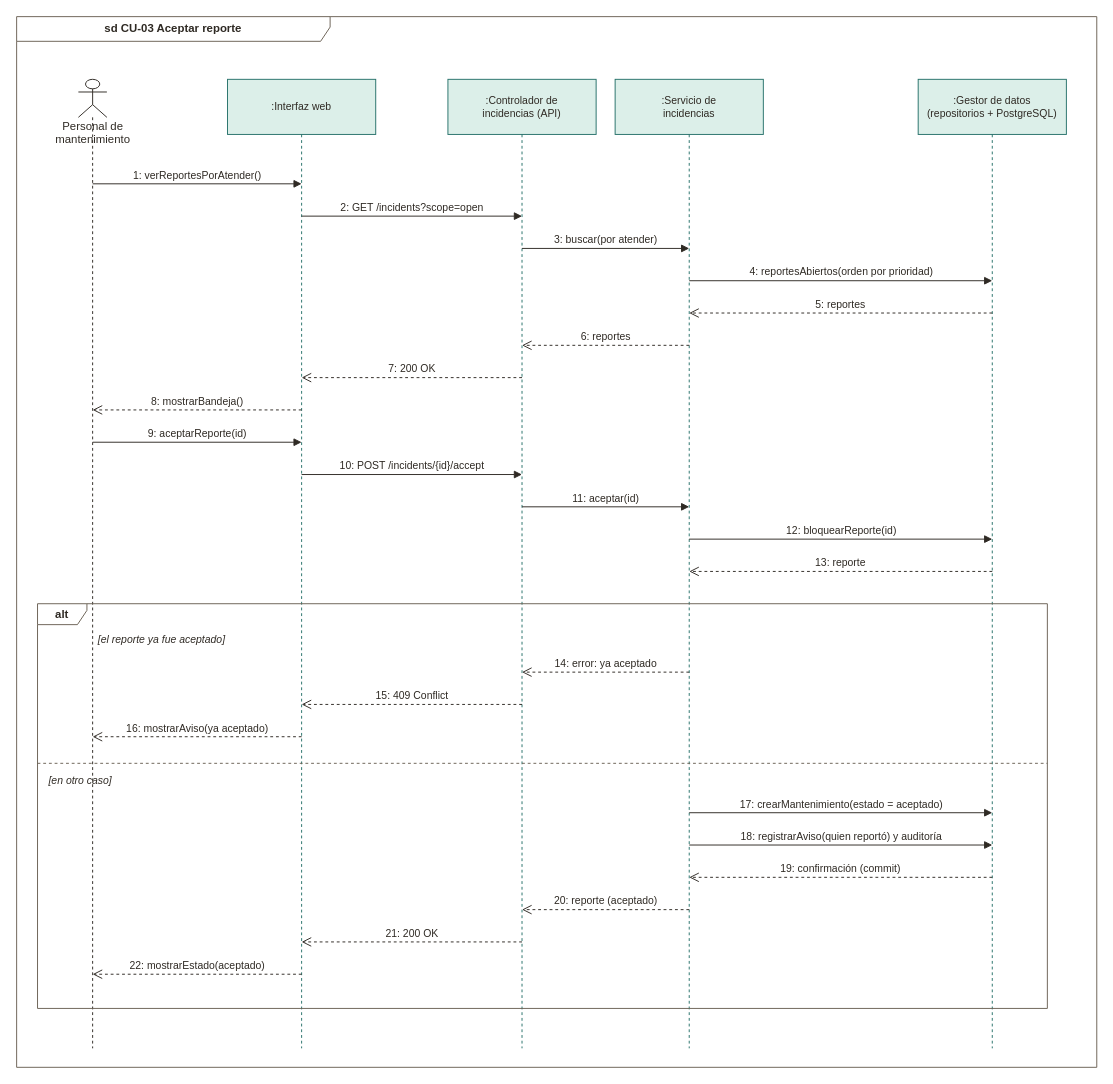
Above: page "CU-03 · Secuencia" (6 of 18) of docs/diagramas/procesos.drawio in ruper932/integrador (draw.io), before the change. Source tidied: cells renumbered, new cells numbered last; positions are measured from the earlier drawing's top-left corner, leaving out a move shared by most shapes. Both pictures are drawn from the tidied source at 95%, with x=0, y=0 at pixel (16, 16).
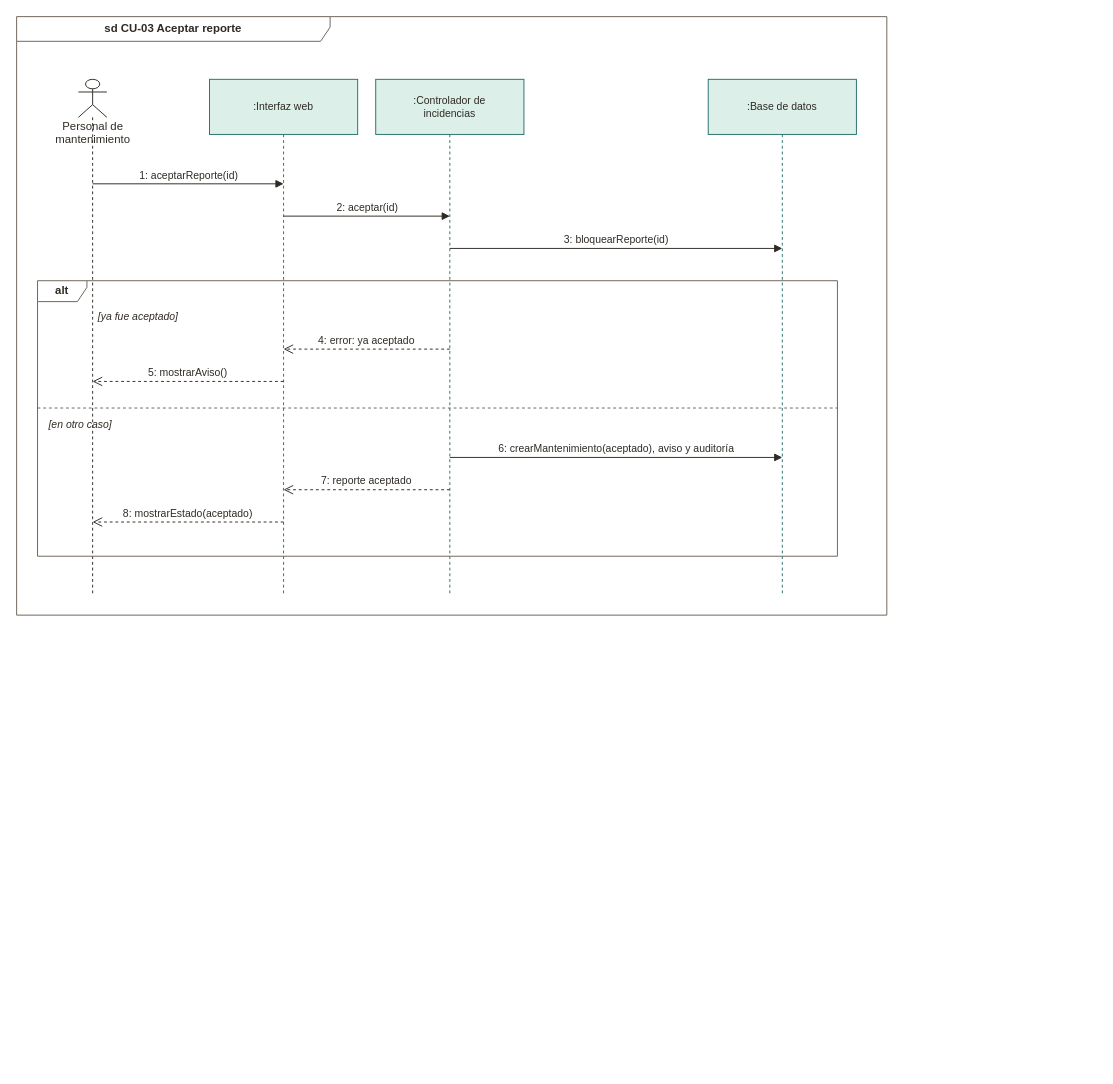
The same diagram, later.

Commit message (it also covers changes not shown here):
Diagramas de secuencia resumidos: interfaz, controlador y base de datos

De 13–48 mensajes a 5–18 por diagrama; solo el error principal en cada uno.

What changed in the source:
```diff
@@
     <mxCell id="2" value="sd CU-03 Aceptar reporte" style="shape=umlFrame;whiteSpace=wrap;html=1;width=330;height=26;strokeColor=#6b6155;fillColor=none;fontFamily=Helvetica;fontSize=12;fontColor=#2f2a24;fontStyle=1;" parent="1" vertex="1">
-      <mxGeometry width="1137" height="1106" as="geometry" />
+      <mxGeometry width="916" height="630" as="geometry" />
     </mxCell>
     <mxCell id="3" value="Personal de&lt;br&gt;mantenimiento" style="shape=umlLifeline;participant=umlActor;perimeter=lifelinePerimeter;html=1;verticalAlign=top;spacingTop=36;size=40;strokeColor=#2f2a24;fillColor=#ffffff;fontFamily=Helvetica;fontSize=12;fontColor=#2f2a24;" parent="1" vertex="1">
-      <mxGeometry x="65" y="66" width="30" height="1020" as="geometry" />
+      <mxGeometry x="65" y="66" width="30" height="544" as="geometry" />
     </mxCell>
     <mxCell id="4" value=":Interfaz web" style="shape=umlLifeline;perimeter=lifelinePerimeter;whiteSpace=wrap;html=1;size=58;fillColor=#dcefe9;strokeColor=#26716a;fontFamily=Helvetica;fontSize=12;fontColor=#2f2a24;fontSize=11;" parent="1" vertex="1">
-      <mxGeometry x="222" y="66" width="156" height="1020" as="geometry" />
+      <mxGeometry x="203" y="66" width="156" height="544" as="geometry" />
     </mxCell>
-    <mxCell id="5" value=":Controlador de&lt;br&gt;incidencias (API)" style="shape=umlLifeline;perimeter=lifelinePerimeter;whiteSpace=wrap;html=1;size=58;fillColor=#dcefe9;strokeColor=#26716a;fontFamily=Helvetica;fontSize=12;fontColor=#2f2a24;fontSize=11;" parent="1" vertex="1">
-      <mxGeometry x="454" y="66" width="156" height="1020" as="geometry" />
-    </mxCell>
-    <mxCell id="6" value=":Servicio de&lt;br&gt;incidencias" style="shape=umlLifeline;perimeter=lifelinePerimeter;whiteSpace=wrap;html=1;size=58;fillColor=#dcefe9;strokeColor=#26716a;fontFamily=Helvetica;fontSize=12;fontColor=#2f2a24;fontSize=11;" parent="1" vertex="1">
-      <mxGeometry x="630" y="66" width="156" height="1020" as="geometry" />
-    </mxCell>
-    <mxCell id="7" value=":Gestor de datos&lt;br&gt;(repositorios + PostgreSQL)" style="shape=umlLifeline;perimeter=lifelinePerimeter;whiteSpace=wrap;html=1;size=58;fillColor=#dcefe9;strokeColor=#26716a;fontFamily=Helvetica;fontSize=12;fontColor=#2f2a24;fontSize=11;" parent="1" vertex="1">
-      <mxGeometry x="949" y="66" width="156" height="1020" as="geometry" />
-    </mxCell>
-    <mxCell id="8" value="[el reporte ya fue aceptado]" style="text;html=1;align=left;verticalAlign=middle;fontFamily=Helvetica;fontSize=12;fontColor=#2f2a24;fontSize=11;fontStyle=2;" parent="1" vertex="1">
-      <mxGeometry x="84" y="646" width="360" height="20" as="geometry" />
-    </mxCell>
+    <mxCell id="34" value=":Controlador de&lt;br&gt;incidencias" style="shape=umlLifeline;perimeter=lifelinePerimeter;whiteSpace=wrap;html=1;size=58;fillColor=#dcefe9;strokeColor=#26716a;fontFamily=Helvetica;fontSize=12;fontColor=#2f2a24;fontSize=11;" parent="1" vertex="1">
+      <mxGeometry x="378" y="66" width="156" height="544" as="geometry" />
+    </mxCell>
+    <mxCell id="35" value=":Base de datos" style="shape=umlLifeline;perimeter=lifelinePerimeter;whiteSpace=wrap;html=1;size=58;fillColor=#dcefe9;strokeColor=#26716a;fontFamily=Helvetica;fontSize=12;fontColor=#2f2a24;fontSize=11;" parent="1" vertex="1">
+      <mxGeometry x="728" y="66" width="156" height="544" as="geometry" />
+    </mxCell>
+    <mxCell id="36" value="[ya fue aceptado]" style="text;html=1;align=left;verticalAlign=middle;fontFamily=Helvetica;fontSize=12;fontColor=#2f2a24;fontSize=11;fontStyle=2;" parent="1" vertex="1">
+      <mxGeometry x="84" y="306" width="360" height="20" as="geometry" />
+    </mxCell>
     <mxCell id="9" value="[en otro caso]" style="text;html=1;align=left;verticalAlign=middle;fontFamily=Helvetica;fontSize=12;fontColor=#2f2a24;fontSize=11;fontStyle=2;" parent="1" vertex="1">
-      <mxGeometry x="32" y="794" width="360" height="20" as="geometry" />
+      <mxGeometry x="32" y="420" width="360" height="20" as="geometry" />
     </mxCell>
     <mxCell id="10" value="alt" style="shape=umlFrame;whiteSpace=wrap;html=1;width=52;height=22;fillColor=none;strokeColor=#6b6155;fontFamily=Helvetica;fontSize=12;fontColor=#2f2a24;fontStyle=1;" parent="1" vertex="1">
-      <mxGeometry x="22" y="618" width="1063" height="426" as="geometry" />
+      <mxGeometry x="22" y="278" width="842" height="290" as="geometry" />
     </mxCell>
-    <mxCell id="11" style="html=1;endArrow=none;dashed=1;strokeColor=#6b6155;" parent="1" edge="1">
-      <mxGeometry relative="1" as="geometry">
-        <mxPoint x="22" y="786" as="sourcePoint" />
-        <mxPoint x="1085" y="786" as="targetPoint" />
-      </mxGeometry>
-    </mxCell>
+    <mxCell id="28" style="html=1;endArrow=none;dashed=1;strokeColor=#6b6155;" parent="1" edge="1">
+      <mxGeometry relative="1" as="geometry">
+        <mxPoint x="22" y="412" as="sourcePoint" />
+        <mxPoint x="864" y="412" as="targetPoint" />
+      </mxGeometry>
+    </mxCell>
-    <mxCell id="12" value="1: verReportesPorAtender()" style="html=1;verticalAlign=bottom;labelBackgroundColor=#ffffff;fontFamily=Helvetica;fontSize=12;fontColor=#2f2a24;fontSize=11;strokeColor=#2f2a24;endArrow=block;endFill=1;" parent="1" edge="1">
+    <mxCell id="12" value="1: aceptarReporte(id)" style="html=1;verticalAlign=bottom;labelBackgroundColor=#ffffff;fontFamily=Helvetica;fontSize=12;fontColor=#2f2a24;fontSize=11;strokeColor=#2f2a24;endArrow=block;endFill=1;" parent="1" edge="1">
       <mxGeometry relative="1" as="geometry">
         <mxPoint x="80" y="176" as="sourcePoint" />
-        <mxPoint x="300" y="176" as="targetPoint" />
+        <mxPoint x="281" y="176" as="targetPoint" />
       </mxGeometry>
     </mxCell>
-    <mxCell id="13" value="2: GET /incidents?scope=open" style="html=1;verticalAlign=bottom;labelBackgroundColor=#ffffff;fontFamily=Helvetica;fontSize=12;fontColor=#2f2a24;fontSize=11;strokeColor=#2f2a24;endArrow=block;endFill=1;" parent="1" edge="1">
+    <mxCell id="13" value="2: aceptar(id)" style="html=1;verticalAlign=bottom;labelBackgroundColor=#ffffff;fontFamily=Helvetica;fontSize=12;fontColor=#2f2a24;fontSize=11;strokeColor=#2f2a24;endArrow=block;endFill=1;" parent="1" edge="1">
       <mxGeometry relative="1" as="geometry">
-        <mxPoint x="300" y="210" as="sourcePoint" />
-        <mxPoint x="532" y="210" as="targetPoint" />
+        <mxPoint x="281" y="210" as="sourcePoint" />
+        <mxPoint x="456" y="210" as="targetPoint" />
       </mxGeometry>
     </mxCell>
-    <mxCell id="14" value="3: buscar(por atender)" style="html=1;verticalAlign=bottom;labelBackgroundColor=#ffffff;fontFamily=Helvetica;fontSize=12;fontColor=#2f2a24;fontSize=11;strokeColor=#2f2a24;endArrow=block;endFill=1;" parent="1" edge="1">
+    <mxCell id="14" value="3: bloquearReporte(id)" style="html=1;verticalAlign=bottom;labelBackgroundColor=#ffffff;fontFamily=Helvetica;fontSize=12;fontColor=#2f2a24;fontSize=11;strokeColor=#2f2a24;endArrow=block;endFill=1;" parent="1" edge="1">
       <mxGeometry relative="1" as="geometry">
-        <mxPoint x="532" y="244" as="sourcePoint" />
-        <mxPoint x="708" y="244" as="targetPoint" />
+        <mxPoint x="456" y="244" as="sourcePoint" />
+        <mxPoint x="806" y="244" as="targetPoint" />
       </mxGeometry>
     </mxCell>
-    <mxCell id="15" value="4: reportesAbiertos(orden por prioridad)" style="html=1;verticalAlign=bottom;labelBackgroundColor=#ffffff;fontFamily=Helvetica;fontSize=12;fontColor=#2f2a24;fontSize=11;strokeColor=#2f2a24;endArrow=block;endFill=1;" parent="1" edge="1">
+    <mxCell id="15" value="4: error: ya aceptado" style="html=1;verticalAlign=bottom;labelBackgroundColor=#ffffff;fontFamily=Helvetica;fontSize=12;fontColor=#2f2a24;fontSize=11;strokeColor=#2f2a24;endArrow=open;dashed=1;endSize=8;" parent="1" edge="1">
       <mxGeometry relative="1" as="geometry">
-        <mxPoint x="708" y="278" as="sourcePoint" />
-        <mxPoint x="1027" y="278" as="targetPoint" />
+        <mxPoint x="456" y="350" as="sourcePoint" />
+        <mxPoint x="281" y="350" as="targetPoint" />
       </mxGeometry>
     </mxCell>
-    <mxCell id="16" value="5: reportes" style="html=1;verticalAlign=bottom;labelBackgroundColor=#ffffff;fontFamily=Helvetica;fontSize=12;fontColor=#2f2a24;fontSize=11;strokeColor=#2f2a24;endArrow=open;dashed=1;endSize=8;" parent="1" edge="1">
+    <mxCell id="16" value="5: mostrarAviso()" style="html=1;verticalAlign=bottom;labelBackgroundColor=#ffffff;fontFamily=Helvetica;fontSize=12;fontColor=#2f2a24;fontSize=11;strokeColor=#2f2a24;endArrow=open;dashed=1;endSize=8;" parent="1" edge="1">
       <mxGeometry relative="1" as="geometry">
-        <mxPoint x="1027" y="312" as="sourcePoint" />
-        <mxPoint x="708" y="312" as="targetPoint" />
+        <mxPoint x="281" y="384" as="sourcePoint" />
+        <mxPoint x="80" y="384" as="targetPoint" />
       </mxGeometry>
     </mxCell>
-    <mxCell id="17" value="6: reportes" style="html=1;verticalAlign=bottom;labelBackgroundColor=#ffffff;fontFamily=Helvetica;fontSize=12;fontColor=#2f2a24;fontSize=11;strokeColor=#2f2a24;endArrow=open;dashed=1;endSize=8;" parent="1" edge="1">
+    <mxCell id="17" value="6: crearMantenimiento(aceptado), aviso y auditoría" style="html=1;verticalAlign=bottom;labelBackgroundColor=#ffffff;fontFamily=Helvetica;fontSize=12;fontColor=#2f2a24;fontSize=11;strokeColor=#2f2a24;endArrow=block;endFill=1;" parent="1" edge="1">
       <mxGeometry relative="1" as="geometry">
-        <mxPoint x="708" y="346" as="sourcePoint" />
-        <mxPoint x="532" y="346" as="targetPoint" />
+        <mxPoint x="456" y="464" as="sourcePoint" />
+        <mxPoint x="806" y="464" as="targetPoint" />
       </mxGeometry>
     </mxCell>
-    <mxCell id="18" value="7: 200 OK" style="html=1;verticalAlign=bottom;labelBackgroundColor=#ffffff;fontFamily=Helvetica;fontSize=12;fontColor=#2f2a24;fontSize=11;strokeColor=#2f2a24;endArrow=open;dashed=1;endSize=8;" parent="1" edge="1">
+    <mxCell id="18" value="7: reporte aceptado" style="html=1;verticalAlign=bottom;labelBackgroundColor=#ffffff;fontFamily=Helvetica;fontSize=12;fontColor=#2f2a24;fontSize=11;strokeColor=#2f2a24;endArrow=open;dashed=1;endSize=8;" parent="1" edge="1">
       <mxGeometry relative="1" as="geometry">
-        <mxPoint x="532" y="380" as="sourcePoint" />
-        <mxPoint x="300" y="380" as="targetPoint" />
+        <mxPoint x="456" y="498" as="sourcePoint" />
+        <mxPoint x="281" y="498" as="targetPoint" />
       </mxGeometry>
     </mxCell>
-    <mxCell id="19" value="8: mostrarBandeja()" style="html=1;verticalAlign=bottom;labelBackgroundColor=#ffffff;fontFamily=Helvetica;fontSize=12;fontColor=#2f2a24;fontSize=11;strokeColor=#2f2a24;endArrow=open;dashed=1;endSize=8;" parent="1" edge="1">
+    <mxCell id="19" value="8: mostrarEstado(aceptado)" style="html=1;verticalAlign=bottom;labelBackgroundColor=#ffffff;fontFamily=Helvetica;fontSize=12;fontColor=#2f2a24;fontSize=11;strokeColor=#2f2a24;endArrow=open;dashed=1;endSize=8;" parent="1" edge="1">
       <mxGeometry relative="1" as="geometry">
-        <mxPoint x="300" y="414" as="sourcePoint" />
-        <mxPoint x="80" y="414" as="targetPoint" />
+        <mxPoint x="281" y="532" as="sourcePoint" />
+        <mxPoint x="80" y="532" as="targetPoint" />
       </mxGeometry>
     </mxCell>
-    <mxCell id="20" value="9: aceptarReporte(id)" style="html=1;verticalAlign=bottom;labelBackgroundColor=#ffffff;fontFamily=Helvetica;fontSize=12;fontColor=#2f2a24;fontSize=11;strokeColor=#2f2a24;endArrow=block;endFill=1;" parent="1" edge="1">
-      <mxGeometry relative="1" as="geometry">
-        <mxPoint x="80" y="448" as="sourcePoint" />
-        <mxPoint x="300" y="448" as="targetPoint" />
-      </mxGeometry>
-    </mxCell>
-    <mxCell id="21" value="10: POST /incidents/{id}/accept" style="html=1;verticalAlign=bottom;labelBackgroundColor=#ffffff;fontFamily=Helvetica;fontSize=12;fontColor=#2f2a24;fontSize=11;strokeColor=#2f2a24;endArrow=block;endFill=1;" parent="1" edge="1">
-      <mxGeometry relative="1" as="geometry">
-        <mxPoint x="300" y="482" as="sourcePoint" />
-        <mxPoint x="532" y="482" as="targetPoint" />
-      </mxGeometry>
-    </mxCell>
-    <mxCell id="22" value="11: aceptar(id)" style="html=1;verticalAlign=bottom;labelBackgroundColor=#ffffff;fontFamily=Helvetica;fontSize=12;fontColor=#2f2a24;fontSize=11;strokeColor=#2f2a24;endArrow=block;endFill=1;" parent="1" edge="1">
-      <mxGeometry relative="1" as="geometry">
-        <mxPoint x="532" y="516" as="sourcePoint" />
-        <mxPoint x="708" y="516" as="targetPoint" />
-      </mxGeometry>
-    </mxCell>
-    <mxCell id="23" value="12: bloquearReporte(id)" style="html=1;verticalAlign=bottom;labelBackgroundColor=#ffffff;fontFamily=Helvetica;fontSize=12;fontColor=#2f2a24;fontSize=11;strokeColor=#2f2a24;endArrow=block;endFill=1;" parent="1" edge="1">
-      <mxGeometry relative="1" as="geometry">
-        <mxPoint x="708" y="550" as="sourcePoint" />
-        <mxPoint x="1027" y="550" as="targetPoint" />
-      </mxGeometry>
-    </mxCell>
-    <mxCell id="24" value="13: reporte" style="html=1;verticalAlign=bottom;labelBackgroundColor=#ffffff;fontFamily=Helvetica;fontSize=12;fontColor=#2f2a24;fontSize=11;strokeColor=#2f2a24;endArrow=open;dashed=1;endSize=8;" parent="1" edge="1">
-      <mxGeometry relative="1" as="geometry">
-        <mxPoint x="1027" y="584" as="sourcePoint" />
-        <mxPoint x="708" y="584" as="targetPoint" />
-      </mxGeometry>
-    </mxCell>
-    <mxCell id="25" value="14: error: ya aceptado" style="html=1;verticalAlign=bottom;labelBackgroundColor=#ffffff;fontFamily=Helvetica;fontSize=12;fontColor=#2f2a24;fontSize=11;strokeColor=#2f2a24;endArrow=open;dashed=1;endSize=8;" parent="1" edge="1">
-      <mxGeometry relative="1" as="geometry">
-        <mxPoint x="708" y="690" as="sourcePoint" />
-        <mxPoint x="532" y="690" as="targetPoint" />
-      </mxGeometry>
-    </mxCell>
-    <mxCell id="26" value="15: 409 Conflict" style="html=1;verticalAlign=bottom;labelBackgroundColor=#ffffff;fontFamily=Helvetica;fontSize=12;fontColor=#2f2a24;fontSize=11;strokeColor=#2f2a24;endArrow=open;dashed=1;endSize=8;" parent="1" edge="1">
-      <mxGeometry relative="1" as="geometry">
-        <mxPoint x="532" y="724" as="sourcePoint" />
-        <mxPoint x="300" y="724" as="targetPoint" />
-      </mxGeometry>
-    </mxCell>
-    <mxCell id="27" value="16: mostrarAviso(ya aceptado)" style="html=1;verticalAlign=bottom;labelBackgroundColor=#ffffff;fontFamily=Helvetica;fontSize=12;fontColor=#2f2a24;fontSize=11;strokeColor=#2f2a24;endArrow=open;dashed=1;endSize=8;" parent="1" edge="1">
-      <mxGeometry relative="1" as="geometry">
-        <mxPoint x="300" y="758" as="sourcePoint" />
-        <mxPoint x="80" y="758" as="targetPoint" />
-      </mxGeometry>
-    </mxCell>
-    <mxCell id="28" value="17: crearMantenimiento(estado = aceptado)" style="html=1;verticalAlign=bottom;labelBackgroundColor=#ffffff;fontFamily=Helvetica;fontSize=12;fontColor=#2f2a24;fontSize=11;strokeColor=#2f2a24;endArrow=block;endFill=1;" parent="1" edge="1">
-      <mxGeometry relative="1" as="geometry">
-        <mxPoint x="708" y="838" as="sourcePoint" />
-        <mxPoint x="1027" y="838" as="targetPoint" />
-      </mxGeometry>
-    </mxCell>
-    <mxCell id="29" value="18: registrarAviso(quien reportó) y auditoría" style="html=1;verticalAlign=bottom;labelBackgroundColor=#ffffff;fontFamily=Helvetica;fontSize=12;fontColor=#2f2a24;fontSize=11;strokeColor=#2f2a24;endArrow=block;endFill=1;" parent="1" edge="1">
-      <mxGeometry relative="1" as="geometry">
-        <mxPoint x="708" y="872" as="sourcePoint" />
-        <mxPoint x="1027" y="872" as="targetPoint" />
-      </mxGeometry>
-    </mxCell>
-    <mxCell id="30" value="19: confirmación (commit)" style="html=1;verticalAlign=bottom;labelBackgroundColor=#ffffff;fontFamily=Helvetica;fontSize=12;fontColor=#2f2a24;fontSize=11;strokeColor=#2f2a24;endArrow=open;dashed=1;endSize=8;" parent="1" edge="1">
-      <mxGeometry relative="1" as="geometry">
-        <mxPoint x="1027" y="906" as="sourcePoint" />
-        <mxPoint x="708" y="906" as="targetPoint" />
-      </mxGeometry>
-    </mxCell>
-    <mxCell id="31" value="20: reporte (aceptado)" style="html=1;verticalAlign=bottom;labelBackgroundColor=#ffffff;fontFamily=Helvetica;fontSize=12;fontColor=#2f2a24;fontSize=11;strokeColor=#2f2a24;endArrow=open;dashed=1;endSize=8;" parent="1" edge="1">
-      <mxGeometry relative="1" as="geometry">
-        <mxPoint x="708" y="940" as="sourcePoint" />
-        <mxPoint x="532" y="940" as="targetPoint" />
-      </mxGeometry>
-    </mxCell>
-    <mxCell id="32" value="21: 200 OK" style="html=1;verticalAlign=bottom;labelBackgroundColor=#ffffff;fontFamily=Helvetica;fontSize=12;fontColor=#2f2a24;fontSize=11;strokeColor=#2f2a24;endArrow=open;dashed=1;endSize=8;" parent="1" edge="1">
-      <mxGeometry relative="1" as="geometry">
-        <mxPoint x="532" y="974" as="sourcePoint" />
-        <mxPoint x="300" y="974" as="targetPoint" />
-      </mxGeometry>
-    </mxCell>
-    <mxCell id="33" value="22: mostrarEstado(aceptado)" style="html=1;verticalAlign=bottom;labelBackgroundColor=#ffffff;fontFamily=Helvetica;fontSize=12;fontColor=#2f2a24;fontSize=11;strokeColor=#2f2a24;endArrow=open;dashed=1;endSize=8;" parent="1" edge="1">
-      <mxGeometry relative="1" as="geometry">
-        <mxPoint x="300" y="1008" as="sourcePoint" />
-        <mxPoint x="80" y="1008" as="targetPoint" />
-      </mxGeometry>
-    </mxCell>
```
